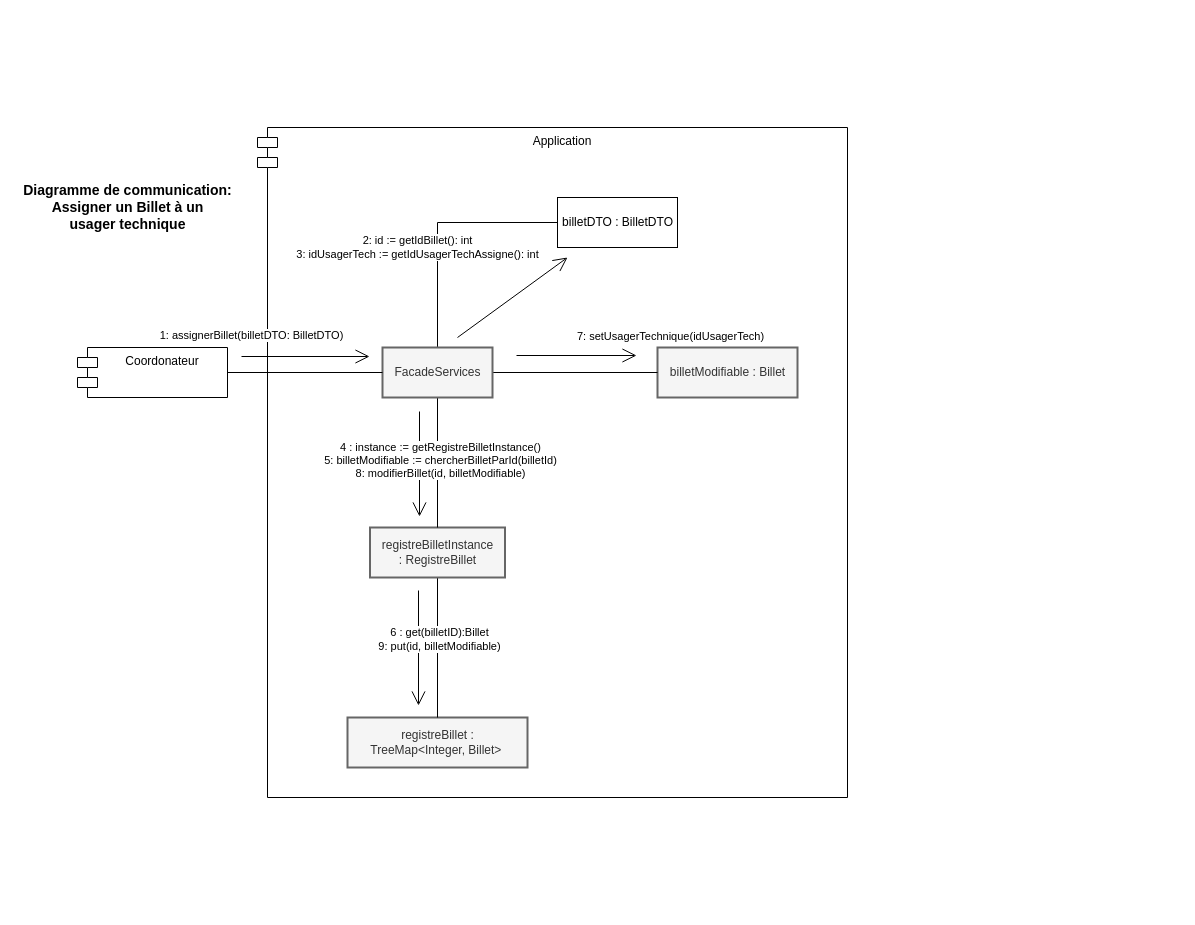
Above: Diagrammes de conception/Diagrammes de communication/Assigner_Billet_UC.drawio in ChristWasTaken/Projet-Conception-et-Archictecture (draw.io), before the change. Source tidied: cells renumbered, new cells numbered last; positions are measured from the earlier drawing's top-left corner, leaving out a move shared by most shapes. Both pictures are drawn from the tidied source at 100%, with x=0, y=0 at pixel (17, 127).
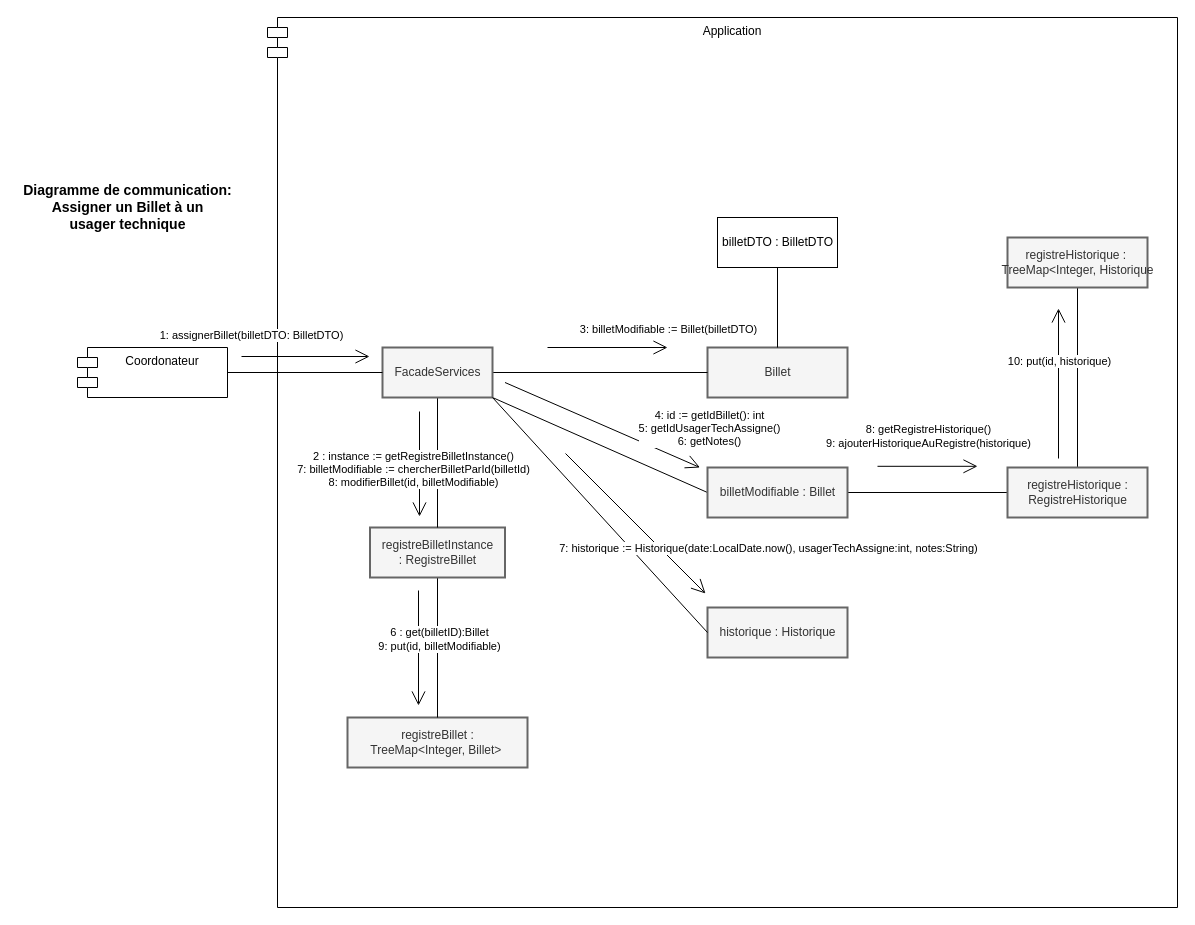
The same page after the edit.

The change refers to these unchanged cells:
```xml
<mxCell id="11" value="FacadeServices" style="html=1;strokeWidth=2;fillColor=#f5f5f5;fontColor=#333333;strokeColor=#666666;" parent="1" vertex="1">
  <mxGeometry x="365" y="220" width="110" height="50" as="geometry" />
</mxCell>
<mxCell id="16" style="endArrow=open;endFill=1;endSize=12;html=1;rounded=0;" parent="1" edge="1">
  <mxGeometry relative="1" as="geometry">
    <mxPoint x="402" y="284" as="sourcePoint" />
    <mxPoint x="402" y="389" as="targetPoint" />
  </mxGeometry>
</mxCell>
```

Diff of the diagram source:
```diff
@@
     <mxCell id="3" value="Application" style="shape=module;align=left;spacingLeft=20;align=center;verticalAlign=top;" parent="1" vertex="1">
-      <mxGeometry x="240" width="590" height="670" as="geometry" />
+      <mxGeometry x="250" y="-110" width="910" height="890" as="geometry" />
     </mxCell>
@@
-    <mxCell id="5" value="billetModifiable : Billet" style="html=1;strokeWidth=2;fillColor=#f5f5f5;fontColor=#333333;strokeColor=#666666;" parent="1" vertex="1">
-      <mxGeometry x="640" y="220" width="140" height="50" as="geometry" />
+    <mxCell id="5" value="Billet" style="html=1;strokeWidth=2;fillColor=#f5f5f5;fontColor=#333333;strokeColor=#666666;" parent="1" vertex="1">
+      <mxGeometry x="690" y="220" width="140" height="50" as="geometry" />
     </mxCell>
@@
-    <mxCell id="7" style="edgeStyle=orthogonalEdgeStyle;rounded=0;jettySize=auto;html=1;entryX=0;entryY=0.5;entryDx=0;entryDy=0;endArrow=none;endFill=0;exitX=0.5;exitY=0;exitDx=0;exitDy=0;" parent="1" edge="1" source="11" target="22">
+    <mxCell id="7" style="edgeStyle=orthogonalEdgeStyle;rounded=0;jettySize=auto;html=1;entryX=0.5;entryY=1;entryDx=0;entryDy=0;endArrow=none;endFill=0;exitX=0.5;exitY=0;exitDx=0;exitDy=0;" parent="1" edge="1" source="5" target="22">
       <mxGeometry relative="1" as="geometry" />
     </mxCell>
@@
+    <mxCell id="25" style="rounded=0;jettySize=auto;html=1;entryX=0;entryY=0.5;entryDx=0;entryDy=0;exitX=1;exitY=1;exitDx=0;exitDy=0;endArrow=none;endFill=0;" parent="1" edge="1" source="11" target="32">
+      <mxGeometry relative="1" as="geometry" />
+    </mxCell>
@@
-    <mxCell id="14" style="endArrow=open;endFill=1;endSize=12;html=1;rounded=0;" parent="1" edge="1">
+    <mxCell id="14" style="endArrow=open;endFill=1;endSize=12;html=1;rounded=0;exitX=1;exitY=0.5;exitDx=0;exitDy=0;" parent="1" edge="1">
       <mxGeometry relative="1" as="geometry">
-        <mxPoint x="499" y="228" as="sourcePoint" />
-        <mxPoint x="619" y="228" as="targetPoint" />
+        <mxPoint x="487.5" y="255" as="sourcePoint" />
+        <mxPoint x="682.5" y="340" as="targetPoint" />
       </mxGeometry>
     </mxCell>
-    <mxCell id="15" value="7: setUsagerTechnique(idUsagerTech)" style="edgeLabel;html=1;align=center;verticalAlign=middle;" parent="14" vertex="1">
+    <mxCell id="15" value="4: id := getIdBillet(): int&lt;br&gt;5: getIdUsagerTechAssigne()&lt;br&gt;6: getNotes()" style="edgeLabel;html=1;align=center;verticalAlign=middle;" parent="14" vertex="1">
       <mxGeometry x="0.18" relative="1" as="geometry">
-        <mxPoint x="82" y="-20" as="offset" />
+        <mxPoint x="88" y="-5" as="offset" />
       </mxGeometry>
     </mxCell>
@@
-    <mxCell id="17" value="4 : instance := getRegistreBilletInstance()&lt;br&gt;5: billetModifiable := chercherBilletParId(billetId)&lt;br&gt;8: modifierBillet(id, billetModifiable)" style="edgeLabel;html=1;align=center;verticalAlign=middle;" parent="16" vertex="1">
+    <mxCell id="17" value="2 : instance := getRegistreBilletInstance()&lt;br&gt;7: billetModifiable := chercherBilletParId(billetId)&lt;br&gt;8: modifierBillet(id, billetModifiable)" style="edgeLabel;html=1;align=center;verticalAlign=middle;" parent="16" vertex="1">
       <mxGeometry x="0.18" relative="1" as="geometry">
-        <mxPoint x="20" y="-14" as="offset" />
+        <mxPoint x="-7" y="-5" as="offset" />
       </mxGeometry>
     </mxCell>
@@
     <mxCell id="22" value="billetDTO : BilletDTO" style="html=1;" parent="1" vertex="1">
-      <mxGeometry x="540" y="70" width="120" height="50" as="geometry" />
+      <mxGeometry x="700" y="90" width="120" height="50" as="geometry" />
     </mxCell>
-    <mxCell id="23" style="endArrow=open;endFill=1;endSize=12;html=1;rounded=0;entryX=0.25;entryY=1;entryDx=0;entryDy=0;" parent="1" edge="1">
-      <mxGeometry relative="1" as="geometry">
-        <mxPoint x="440" y="210" as="sourcePoint" />
-        <mxPoint x="550" y="130" as="targetPoint" />
-      </mxGeometry>
-    </mxCell>
-    <mxCell id="24" value="2: id := getIdBillet(): int&lt;br&gt;3: idUsagerTech := getIdUsagerTechAssigne(): int" style="edgeLabel;html=1;align=center;verticalAlign=middle;" parent="23" vertex="1">
-      <mxGeometry x="0.18" relative="1" as="geometry">
-        <mxPoint x="-105" y="-43" as="offset" />
-      </mxGeometry>
-    </mxCell>
+    <mxCell id="26" value="historique : Historique" style="html=1;strokeWidth=2;fillColor=#f5f5f5;fontColor=#333333;strokeColor=#666666;" parent="1" vertex="1">
+      <mxGeometry x="690" y="480" width="140" height="50" as="geometry" />
+    </mxCell>
+    <mxCell id="27" style="edgeStyle=none;rounded=0;jettySize=auto;html=1;exitX=0.5;exitY=0;exitDx=0;exitDy=0;entryX=0.5;entryY=0;entryDx=0;entryDy=0;endArrow=none;endFill=0;" parent="1" edge="1" source="28" target="30">
+      <mxGeometry relative="1" as="geometry" />
+    </mxCell>
+    <mxCell id="28" value="registreHistorique :&amp;nbsp;&lt;br&gt;TreeMap&amp;lt;Integer, Historique" style="html=1;strokeWidth=2;fillColor=#f5f5f5;fontColor=#333333;strokeColor=#666666;" parent="1" vertex="1">
+      <mxGeometry x="990" y="110" width="140" height="50" as="geometry" />
+    </mxCell>
+    <mxCell id="29" style="edgeStyle=none;rounded=0;jettySize=auto;html=1;entryX=1;entryY=0.5;entryDx=0;entryDy=0;endArrow=none;endFill=0;" parent="1" edge="1" source="30" target="32">
+      <mxGeometry relative="1" as="geometry" />
+    </mxCell>
+    <mxCell id="30" value="registreHistorique : &lt;br&gt;RegistreHistorique" style="html=1;strokeWidth=2;fillColor=#f5f5f5;fontColor=#333333;strokeColor=#666666;" parent="1" vertex="1">
+      <mxGeometry x="990" y="340" width="140" height="50" as="geometry" />
+    </mxCell>
+    <mxCell id="31" style="edgeStyle=none;rounded=0;jettySize=auto;html=1;entryX=0;entryY=0.5;entryDx=0;entryDy=0;endArrow=none;endFill=0;exitX=1;exitY=1;exitDx=0;exitDy=0;" parent="1" edge="1" source="11" target="26">
+      <mxGeometry relative="1" as="geometry" />
+    </mxCell>
+    <mxCell id="32" value="billetModifiable : Billet" style="html=1;strokeWidth=2;fillColor=#f5f5f5;fontColor=#333333;strokeColor=#666666;" parent="1" vertex="1">
+      <mxGeometry x="690" y="340" width="140" height="50" as="geometry" />
+    </mxCell>
+    <mxCell id="33" style="endArrow=open;endFill=1;endSize=12;html=1;rounded=0;" parent="1" edge="1">
+      <mxGeometry relative="1" as="geometry">
+        <mxPoint x="530" y="220" as="sourcePoint" />
+        <mxPoint x="650" y="220" as="targetPoint" />
+      </mxGeometry>
+    </mxCell>
+    <mxCell id="34" value="3: billetModifiable := Billet(billetDTO)" style="edgeLabel;html=1;align=center;verticalAlign=middle;" parent="33" vertex="1">
+      <mxGeometry x="0.18" relative="1" as="geometry">
+        <mxPoint x="49" y="-19" as="offset" />
+      </mxGeometry>
+    </mxCell>
+    <mxCell id="35" style="endArrow=open;endFill=1;endSize=12;html=1;rounded=0;exitX=1;exitY=0.5;exitDx=0;exitDy=0;entryX=0;entryY=0;entryDx=0;entryDy=0;" parent="1" edge="1">
+      <mxGeometry relative="1" as="geometry">
+        <mxPoint x="548" y="326" as="sourcePoint" />
+        <mxPoint x="688" y="466" as="targetPoint" />
+      </mxGeometry>
+    </mxCell>
+    <mxCell id="36" value="7: historique := Historique(date:LocalDate.now(), usagerTechAssigne:int, notes:String)" style="edgeLabel;html=1;align=center;verticalAlign=middle;" parent="35" vertex="1">
+      <mxGeometry x="0.18" relative="1" as="geometry">
+        <mxPoint x="120" y="12" as="offset" />
+      </mxGeometry>
+    </mxCell>
+    <mxCell id="37" style="endArrow=open;endFill=1;endSize=12;html=1;rounded=0;entryX=0.25;entryY=1;entryDx=0;entryDy=0;" parent="1" edge="1">
+      <mxGeometry relative="1" as="geometry">
+        <mxPoint x="1041" y="331" as="sourcePoint" />
+        <mxPoint x="1041" y="181" as="targetPoint" />
+      </mxGeometry>
+    </mxCell>
+    <mxCell id="38" value="10: put(id, historique)" style="edgeLabel;html=1;align=center;verticalAlign=middle;" parent="37" vertex="1">
+      <mxGeometry x="0.31" relative="1" as="geometry" />
+    </mxCell>
+    <mxCell id="39" style="endArrow=open;endFill=1;endSize=12;html=1;rounded=0;" parent="1" edge="1">
+      <mxGeometry relative="1" as="geometry">
+        <mxPoint x="860" y="338.8" as="sourcePoint" />
+        <mxPoint x="960" y="338.8" as="targetPoint" />
+      </mxGeometry>
+    </mxCell>
+    <mxCell id="40" value="8: getRegistreHistorique()&lt;br&gt;9: ajouterHistoriqueAuRegistre(historique)" style="edgeLabel;html=1;align=center;verticalAlign=middle;" parent="39" vertex="1">
+      <mxGeometry x="0.18" relative="1" as="geometry">
+        <mxPoint x="-9" y="-30" as="offset" />
+      </mxGeometry>
+    </mxCell>
```
